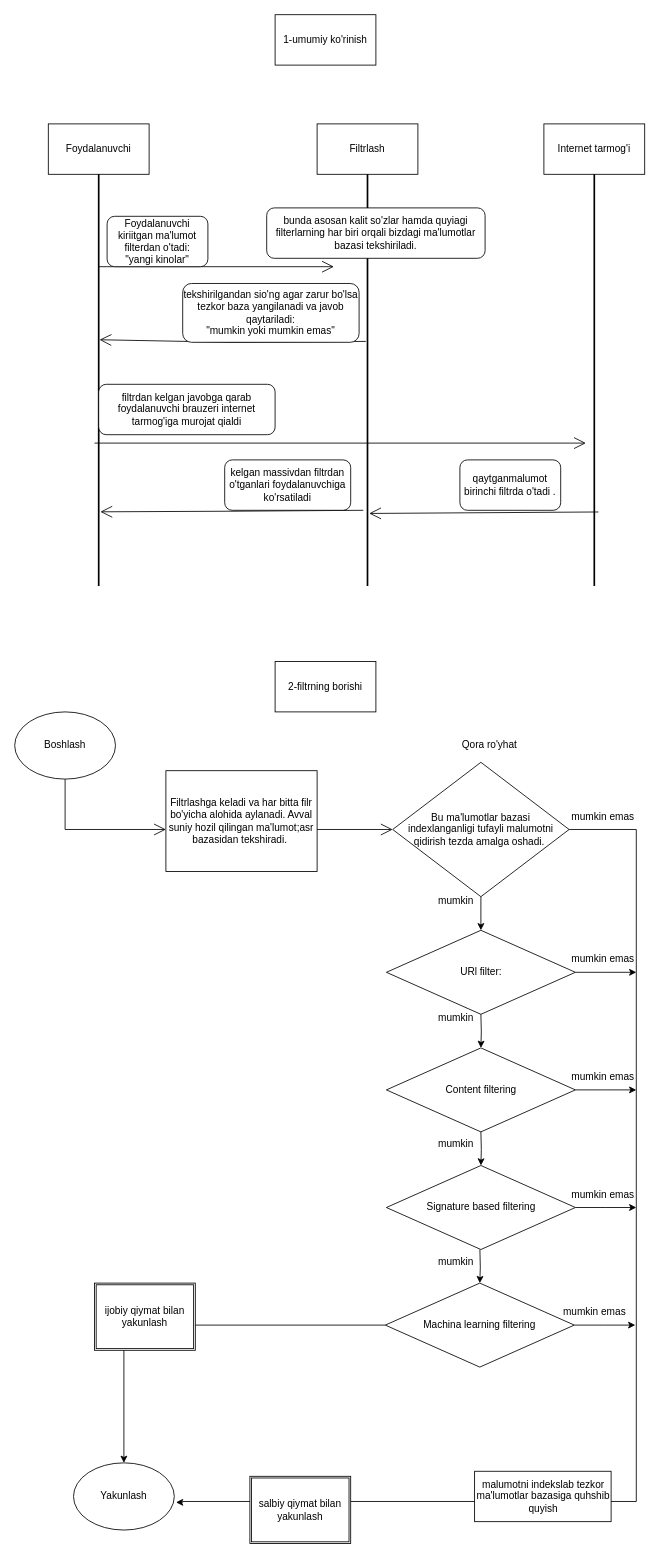
This is draw/src/Untitled Diagram.drawio from Sanjarbekk/draw, a draw.io file, before an edit. Source tidied: cells renumbered, new cells numbered last; positions are measured from the earlier drawing's top-left corner, leaving out a move shared by most shapes. Both pictures are drawn from the tidied source at 84%, with x=0, y=0 at pixel (14, 14).
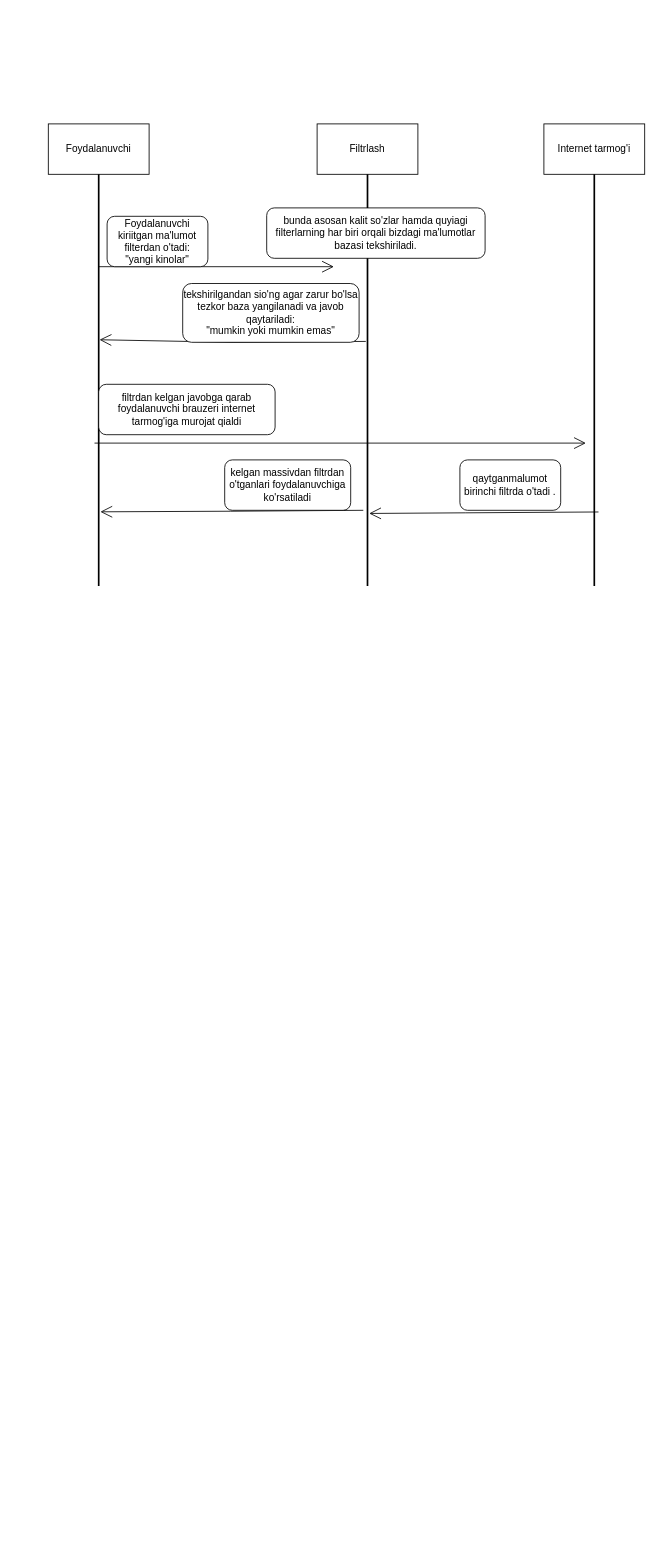
After the change.

Change to the diagram source:
```diff
@@
-    <mxCell id="19" value="1-umumiy ko'rinish" style="rounded=0;whiteSpace=wrap;html=1;" parent="1" vertex="1">
-      <mxGeometry x="310" width="120" height="60" as="geometry" />
-    </mxCell>
-    <mxCell id="20" value="2-filtrning borishi" style="rounded=0;whiteSpace=wrap;html=1;" parent="1" vertex="1">
-      <mxGeometry x="310" y="770" width="120" height="60" as="geometry" />
-    </mxCell>
-    <mxCell id="21" value="Boshlash" style="ellipse;whiteSpace=wrap;html=1;" parent="1" vertex="1">
-      <mxGeometry y="830" width="120" height="80" as="geometry" />
-    </mxCell>
-    <mxCell id="22" style="endArrow=open;endFill=1;endSize=12;html=1;rounded=0;exitX=0.5;exitY=1;exitDx=0;exitDy=0;" parent="1" edge="1" source="21">
-      <mxGeometry relative="1" as="geometry">
-        <mxPoint x="180" y="970" as="targetPoint" />
-        <Array as="points">
-          <mxPoint x="60" y="970" />
-        </Array>
-      </mxGeometry>
-    </mxCell>
-    <mxCell id="23" value="Filtrlashga keladi va har bitta filr bo'yicha alohida aylanadi. Avval suniy hozil qilingan ma'lumot;asr bazasidan tekshiradi.&amp;nbsp;" style="whiteSpace=wrap;html=1;" parent="1" vertex="1">
-      <mxGeometry x="180" y="900" width="180" height="120" as="geometry" />
-    </mxCell>
-    <mxCell id="24" style="endArrow=open;endFill=1;endSize=12;html=1;rounded=0;" parent="1" edge="1">
-      <mxGeometry relative="1" as="geometry">
-        <mxPoint x="360" y="970" as="sourcePoint" />
-        <mxPoint x="450" y="970" as="targetPoint" />
-      </mxGeometry>
-    </mxCell>
-    <mxCell id="25" style="edgeStyle=orthogonalEdgeStyle;rounded=0;jettySize=auto;html=1;entryX=1.017;entryY=0.588;entryDx=0;entryDy=0;entryPerimeter=0;" parent="1" edge="1" source="27" target="29">
-      <mxGeometry relative="1" as="geometry">
-        <Array as="points">
-          <mxPoint x="740" y="970" />
-          <mxPoint x="740" y="1770" />
-          <mxPoint x="200" y="1770" />
-          <mxPoint x="200" y="1771" />
-        </Array>
-      </mxGeometry>
-    </mxCell>
-    <mxCell id="26" style="edgeStyle=orthogonalEdgeStyle;rounded=0;jettySize=auto;html=1;entryX=0.5;entryY=0;entryDx=0;entryDy=0;" parent="1" edge="1" source="27" target="32">
-      <mxGeometry relative="1" as="geometry" />
-    </mxCell>
-    <mxCell id="27" value="Bu ma'lumotlar bazasi &lt;br&gt;indexlanganligi tufayli malumotni qidirish tezda amalga oshadi.&amp;nbsp;&lt;br&gt;" style="rhombus;whiteSpace=wrap;html=1;" parent="1" vertex="1">
-      <mxGeometry x="450" y="890" width="210" height="160" as="geometry" />
-    </mxCell>
-    <mxCell id="28" value="Qora ro'yhat" style="text;html=1;align=center;verticalAlign=middle;strokeColor=none;fillColor=none;" parent="1" vertex="1">
-      <mxGeometry x="520" y="855" width="90" height="30" as="geometry" />
-    </mxCell>
-    <mxCell id="29" value="Yakunlash" style="ellipse;whiteSpace=wrap;html=1;" parent="1" vertex="1">
-      <mxGeometry x="70" y="1724" width="120" height="80" as="geometry" />
-    </mxCell>
-    <mxCell id="30" value="mumkin emas" style="text;html=1;align=center;verticalAlign=middle;strokeColor=none;fillColor=none;" parent="1" vertex="1">
-      <mxGeometry x="650" y="940" width="100" height="30" as="geometry" />
-    </mxCell>
-    <mxCell id="31" style="edgeStyle=orthogonalEdgeStyle;rounded=0;jettySize=auto;html=1;" parent="1" edge="1" source="32">
-      <mxGeometry relative="1" as="geometry">
-        <mxPoint x="740" y="1140" as="targetPoint" />
-      </mxGeometry>
-    </mxCell>
-    <mxCell id="32" value="URl filter:" style="rhombus;whiteSpace=wrap;html=1;" parent="1" vertex="1">
-      <mxGeometry x="442.5" y="1090" width="225" height="100" as="geometry" />
-    </mxCell>
-    <mxCell id="33" value="mumkin emas" style="text;html=1;align=center;verticalAlign=middle;strokeColor=none;fillColor=none;" parent="1" vertex="1">
-      <mxGeometry x="650" y="1109" width="100" height="30" as="geometry" />
-    </mxCell>
-    <mxCell id="34" style="edgeStyle=orthogonalEdgeStyle;rounded=0;jettySize=auto;html=1;entryX=0.5;entryY=0;entryDx=0;entryDy=0;" parent="1" edge="1" target="36">
-      <mxGeometry relative="1" as="geometry">
-        <mxPoint x="555" y="1190" as="sourcePoint" />
-      </mxGeometry>
-    </mxCell>
-    <mxCell id="35" style="edgeStyle=orthogonalEdgeStyle;rounded=0;jettySize=auto;html=1;" parent="1" edge="1" source="36">
-      <mxGeometry relative="1" as="geometry">
-        <mxPoint x="740" y="1280" as="targetPoint" />
-      </mxGeometry>
-    </mxCell>
-    <mxCell id="36" value="Content filtering" style="rhombus;whiteSpace=wrap;html=1;" parent="1" vertex="1">
-      <mxGeometry x="442.5" y="1230" width="225" height="100" as="geometry" />
-    </mxCell>
-    <mxCell id="37" value="mumkin emas" style="text;html=1;align=center;verticalAlign=middle;strokeColor=none;fillColor=none;" parent="1" vertex="1">
-      <mxGeometry x="650" y="1250" width="100" height="30" as="geometry" />
-    </mxCell>
-    <mxCell id="38" style="edgeStyle=orthogonalEdgeStyle;rounded=0;jettySize=auto;html=1;entryX=0.5;entryY=0;entryDx=0;entryDy=0;" parent="1" edge="1" target="40">
-      <mxGeometry relative="1" as="geometry">
-        <mxPoint x="555" y="1330" as="sourcePoint" />
-      </mxGeometry>
-    </mxCell>
-    <mxCell id="39" style="edgeStyle=orthogonalEdgeStyle;rounded=0;jettySize=auto;html=1;" parent="1" edge="1" source="40">
-      <mxGeometry relative="1" as="geometry">
-        <mxPoint x="740" y="1420" as="targetPoint" />
-      </mxGeometry>
-    </mxCell>
-    <mxCell id="40" value="Signature based filtering" style="rhombus;whiteSpace=wrap;html=1;" parent="1" vertex="1">
-      <mxGeometry x="442.5" y="1370" width="225" height="100" as="geometry" />
-    </mxCell>
-    <mxCell id="41" value="mumkin emas" style="text;html=1;align=center;verticalAlign=middle;strokeColor=none;fillColor=none;" parent="1" vertex="1">
-      <mxGeometry x="650" y="1390" width="100" height="30" as="geometry" />
-    </mxCell>
-    <mxCell id="42" style="edgeStyle=orthogonalEdgeStyle;rounded=0;jettySize=auto;html=1;entryX=0.5;entryY=0;entryDx=0;entryDy=0;" parent="1" edge="1" target="45">
-      <mxGeometry relative="1" as="geometry">
-        <mxPoint x="553.8" y="1470" as="sourcePoint" />
-      </mxGeometry>
-    </mxCell>
-    <mxCell id="43" style="edgeStyle=orthogonalEdgeStyle;rounded=0;jettySize=auto;html=1;" parent="1" edge="1" source="45">
-      <mxGeometry relative="1" as="geometry">
-        <mxPoint x="738.8" y="1560" as="targetPoint" />
-      </mxGeometry>
-    </mxCell>
-    <mxCell id="44" style="edgeStyle=orthogonalEdgeStyle;rounded=0;jettySize=auto;html=1;entryX=0.5;entryY=0;entryDx=0;entryDy=0;" parent="1" edge="1" source="45" target="29">
-      <mxGeometry relative="1" as="geometry" />
-    </mxCell>
-    <mxCell id="45" value="Machina learning filtering" style="rhombus;whiteSpace=wrap;html=1;" parent="1" vertex="1">
-      <mxGeometry x="441.2" y="1510" width="225" height="100" as="geometry" />
-    </mxCell>
-    <mxCell id="46" value="mumkin emas" style="text;html=1;align=center;verticalAlign=middle;strokeColor=none;fillColor=none;" parent="1" vertex="1">
-      <mxGeometry x="640" y="1530" width="100" height="30" as="geometry" />
-    </mxCell>
-    <mxCell id="47" value="mumkin" style="text;html=1;align=center;verticalAlign=middle;strokeColor=none;fillColor=none;" parent="1" vertex="1">
-      <mxGeometry x="490" y="1040" width="70" height="30" as="geometry" />
-    </mxCell>
-    <mxCell id="48" value="mumkin" style="text;html=1;align=center;verticalAlign=middle;strokeColor=none;fillColor=none;" parent="1" vertex="1">
-      <mxGeometry x="490" y="1180" width="70" height="30" as="geometry" />
-    </mxCell>
-    <mxCell id="49" value="mumkin" style="text;html=1;align=center;verticalAlign=middle;strokeColor=none;fillColor=none;" parent="1" vertex="1">
-      <mxGeometry x="490" y="1330" width="70" height="30" as="geometry" />
-    </mxCell>
-    <mxCell id="50" value="mumkin" style="text;html=1;align=center;verticalAlign=middle;strokeColor=none;fillColor=none;" parent="1" vertex="1">
-      <mxGeometry x="490" y="1470" width="70" height="30" as="geometry" />
-    </mxCell>
-    <mxCell id="51" value="ijobiy qiymat bilan yakunlash" style="shape=ext;double=1;rounded=0;whiteSpace=wrap;html=1;" parent="1" vertex="1">
-      <mxGeometry x="95" y="1510" width="120" height="80" as="geometry" />
-    </mxCell>
-    <mxCell id="52" value="salbiy qiymat bilan yakunlash" style="shape=ext;double=1;rounded=0;whiteSpace=wrap;html=1;" parent="1" vertex="1">
-      <mxGeometry x="280" y="1740" width="120" height="80" as="geometry" />
-    </mxCell>
-    <mxCell id="53" value="malumotni indekslab tezkor ma'lumotlar bazasiga quhshib quyish" style="whiteSpace=wrap;html=1;" parent="1" vertex="1">
-      <mxGeometry x="547.5" y="1734" width="162.5" height="60" as="geometry" />
-    </mxCell>
```
